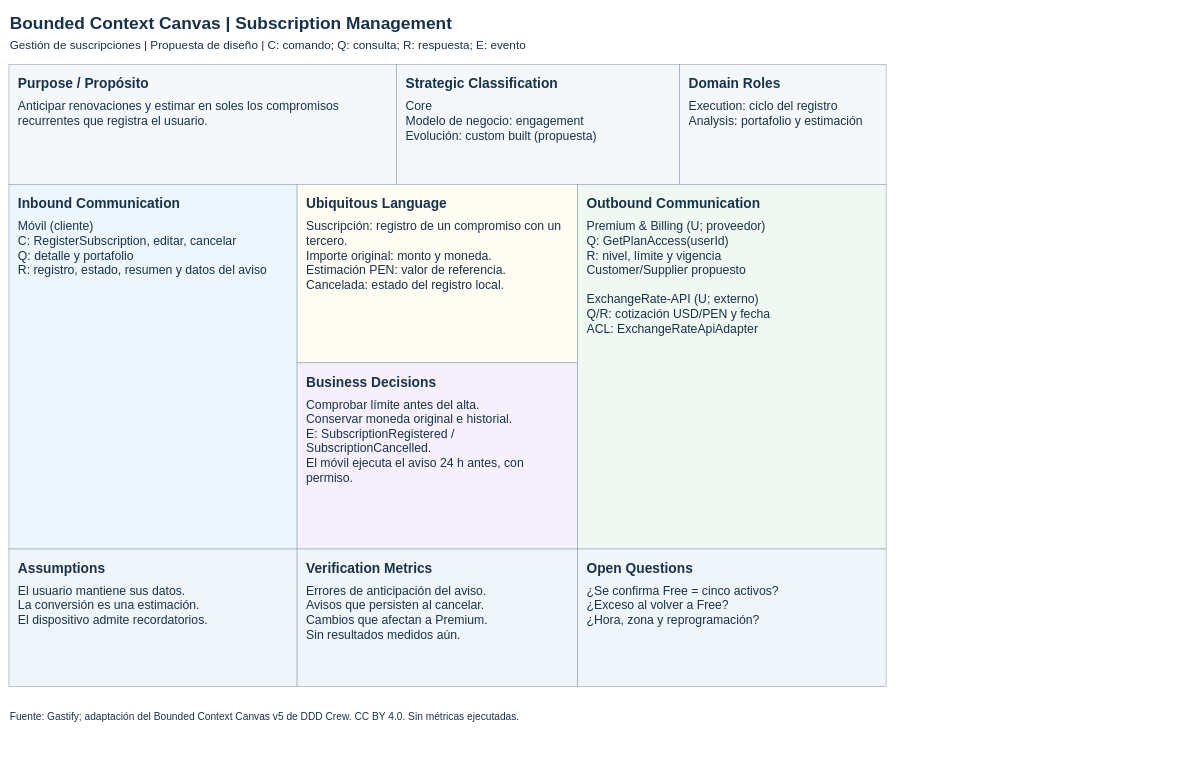
1ACC0238-2620-4950-Gastify-CraveWallet/CraveWallet-Report keeps this draw.io diagram as page "canvas-subscription" (5 of 10) of docs/diagrams/chapter_2/strategic-design.drawio. Above is the earlier version. Source tidied: cells renumbered, new cells numbered last; positions are measured from the earlier drawing's top-left corner, leaving out a move shared by most shapes. Both pictures are drawn from the tidied source at 51%, with x=0, y=0 at pixel (9, 9).
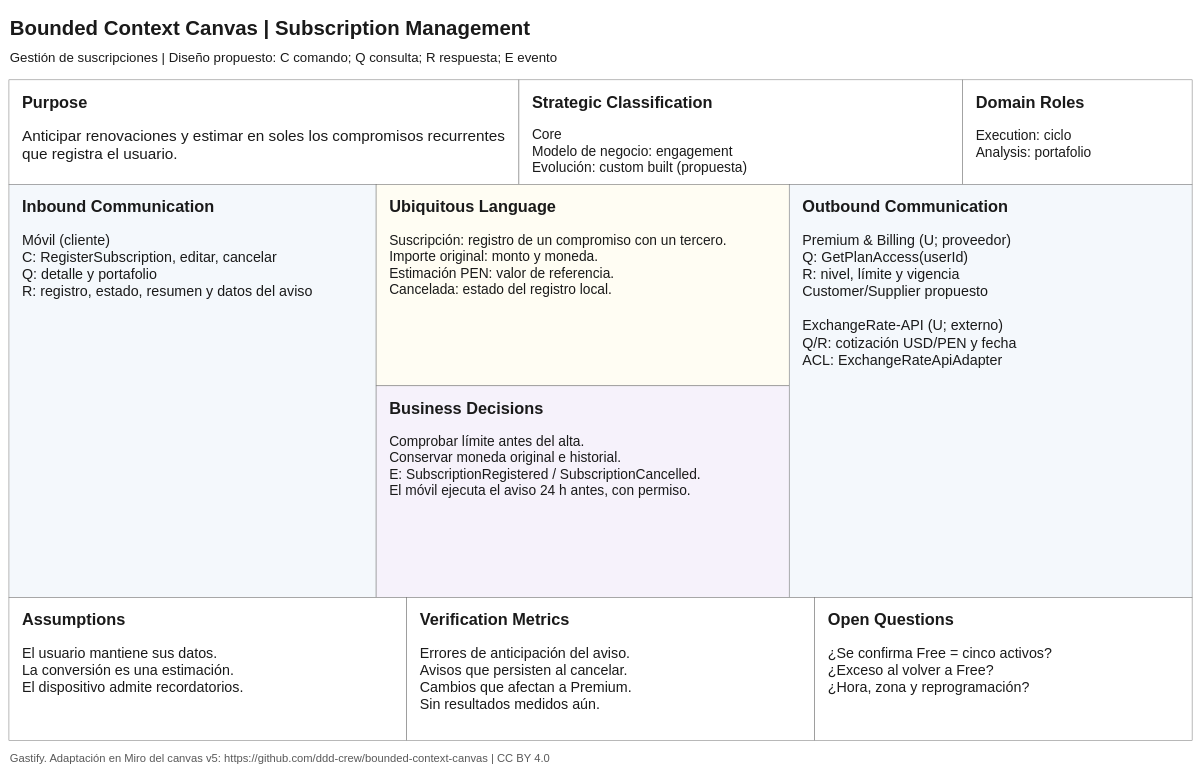
The same page after the edit.

The edit, as a diff of the source:
```diff
@@
-    <mxCell id="2" value="Bounded Context Canvas | Subscription Management" style="text;html=0;align=left;verticalAlign=top;whiteSpace=wrap;overflow=hidden;fontFamily=Arial;fontSize=34;fontStyle=1;fontColor=#18324a;" parent="1" vertex="1">
-      <mxGeometry width="1720" height="49" as="geometry" />
+    <mxCell id="2" style="rounded=0;fillColor=#ffffff;strokeColor=#757575;dashed=0;" parent="1" vertex="1">
+      <mxGeometry y="139" width="1000" height="205" as="geometry" />
     </mxCell>
-    <mxCell id="3" value="Gestión de suscripciones | Propuesta de diseño | C: comando; Q: consulta; R: respuesta; E: evento" style="text;html=0;align=left;verticalAlign=top;whiteSpace=wrap;overflow=hidden;fontFamily=Arial;fontSize=23;fontStyle=0;fontColor=#18324a;" parent="1" vertex="1">
-      <mxGeometry y="52" width="1720" height="38" as="geometry" />
+    <mxCell id="3" style="rounded=0;fillColor=#ffffff;strokeColor=#757575;dashed=0;" parent="1" vertex="1">
+      <mxGeometry x="1000" y="139" width="870" height="205" as="geometry" />
     </mxCell>
-    <mxCell id="4" style="rounded=0;fillColor=#f5f8fb;strokeColor=#8196a8;dashed=0;" parent="1" vertex="1">
-      <mxGeometry y="109" width="760" height="235" as="geometry" />
+    <mxCell id="4" style="rounded=0;fillColor=#ffffff;strokeColor=#757575;dashed=0;" parent="1" vertex="1">
+      <mxGeometry x="1870" y="139" width="450" height="205" as="geometry" />
     </mxCell>
-    <mxCell id="5" value="Purpose / Propósito" style="text;html=0;align=left;verticalAlign=top;whiteSpace=wrap;overflow=hidden;fontFamily=Arial;fontSize=27;fontStyle=1;fontColor=#18324a;" parent="1" vertex="1">
-      <mxGeometry x="16" y="124" width="728" height="42" as="geometry" />
+    <mxCell id="5" style="rounded=0;fillColor=#f4f8fc;strokeColor=#757575;dashed=0;" parent="1" vertex="1">
+      <mxGeometry y="344" width="720" height="810" as="geometry" />
     </mxCell>
-    <mxCell id="6" value="Anticipar renovaciones y estimar en soles los compromisos&#10;recurrentes que registra el usuario." style="text;html=0;align=left;verticalAlign=top;whiteSpace=wrap;overflow=hidden;fontFamily=Arial;fontSize=24;fontStyle=0;fontColor=#18324a;" parent="1" vertex="1">
-      <mxGeometry x="16" y="170" width="728" height="70" as="geometry" />
+    <mxCell id="6" style="rounded=0;fillColor=#fffdf3;strokeColor=#757575;dashed=0;" parent="1" vertex="1">
+      <mxGeometry x="720" y="344" width="810" height="395" as="geometry" />
     </mxCell>
-    <mxCell id="7" style="rounded=0;fillColor=#f5f8fb;strokeColor=#8196a8;dashed=0;" parent="1" vertex="1">
-      <mxGeometry x="760" y="109" width="555" height="235" as="geometry" />
+    <mxCell id="7" style="rounded=0;fillColor=#f6f2fb;strokeColor=#757575;dashed=0;" parent="1" vertex="1">
+      <mxGeometry x="720" y="739" width="810" height="415" as="geometry" />
     </mxCell>
-    <mxCell id="8" value="Strategic Classification" style="text;html=0;align=left;verticalAlign=top;whiteSpace=wrap;overflow=hidden;fontFamily=Arial;fontSize=27;fontStyle=1;fontColor=#18324a;" parent="1" vertex="1">
-      <mxGeometry x="776" y="124" width="523" height="42" as="geometry" />
+    <mxCell id="8" style="rounded=0;fillColor=#f4f8fc;strokeColor=#757575;dashed=0;" parent="1" vertex="1">
+      <mxGeometry x="1530" y="344" width="790" height="810" as="geometry" />
     </mxCell>
-    <mxCell id="9" value="Core&#10;Modelo de negocio: engagement&#10;Evolución: custom built (propuesta)" style="text;html=0;align=left;verticalAlign=top;whiteSpace=wrap;overflow=hidden;fontFamily=Arial;fontSize=24;fontStyle=0;fontColor=#18324a;" parent="1" vertex="1">
-      <mxGeometry x="776" y="170" width="523" height="101" as="geometry" />
+    <mxCell id="9" style="rounded=0;fillColor=#ffffff;strokeColor=#757575;dashed=0;" parent="1" vertex="1">
+      <mxGeometry y="1154" width="780" height="280" as="geometry" />
     </mxCell>
-    <mxCell id="10" style="rounded=0;fillColor=#f5f8fb;strokeColor=#8196a8;dashed=0;" parent="1" vertex="1">
-      <mxGeometry x="1315" y="109" width="405" height="235" as="geometry" />
+    <mxCell id="10" style="rounded=0;fillColor=#ffffff;strokeColor=#757575;dashed=0;" parent="1" vertex="1">
+      <mxGeometry x="780" y="1154" width="800" height="280" as="geometry" />
     </mxCell>
-    <mxCell id="11" value="Domain Roles" style="text;html=0;align=left;verticalAlign=top;whiteSpace=wrap;overflow=hidden;fontFamily=Arial;fontSize=27;fontStyle=1;fontColor=#18324a;" parent="1" vertex="1">
-      <mxGeometry x="1331" y="124" width="373" height="42" as="geometry" />
+    <mxCell id="11" style="rounded=0;fillColor=#ffffff;strokeColor=#757575;dashed=0;" parent="1" vertex="1">
+      <mxGeometry x="1580" y="1154" width="740" height="280" as="geometry" />
     </mxCell>
-    <mxCell id="12" value="Execution: ciclo del registro&#10;Analysis: portafolio y estimación" style="text;html=0;align=left;verticalAlign=top;whiteSpace=wrap;overflow=hidden;fontFamily=Arial;fontSize=24;fontStyle=0;fontColor=#18324a;" parent="1" vertex="1">
-      <mxGeometry x="1331" y="170" width="373" height="70" as="geometry" />
+    <mxCell id="12" value="Bounded Context Canvas | Subscription Management" style="text;html=0;align=left;verticalAlign=top;whiteSpace=wrap;fontFamily=Arial;fontSize=40.0;fontStyle=1;fontColor=#1a1a1a;" parent="1" vertex="1">
+      <mxGeometry y="5.5" width="2320" height="46" as="geometry" />
     </mxCell>
-    <mxCell id="13" style="rounded=0;fillColor=#edf6fd;strokeColor=#8196a8;dashed=0;" parent="1" vertex="1">
-      <mxGeometry y="344" width="565" height="715" as="geometry" />
+    <mxCell id="13" value="Gestión de suscripciones | Diseño propuesto: C comando; Q consulta; R respuesta; E evento" style="text;html=0;align=left;verticalAlign=top;whiteSpace=wrap;fontFamily=Arial;fontSize=26.0;fontStyle=0;fontColor=#1a1a1a;" parent="1" vertex="1">
+      <mxGeometry y="73.5" width="2320" height="30" as="geometry" />
     </mxCell>
-    <mxCell id="14" value="Inbound Communication" style="text;html=0;align=left;verticalAlign=top;whiteSpace=wrap;overflow=hidden;fontFamily=Arial;fontSize=27;fontStyle=1;fontColor=#18324a;" parent="1" vertex="1">
-      <mxGeometry x="16" y="359" width="533" height="42" as="geometry" />
+    <mxCell id="14" value="Gastify. Adaptación en Miro del canvas v5: https://github.com/ddd-crew/bounded-context-canvas | CC BY 4.0" style="text;html=0;align=left;verticalAlign=top;whiteSpace=wrap;fontFamily=Arial;fontSize=22.0;fontStyle=0;fontColor=#595959;" parent="1" vertex="1">
+      <mxGeometry y="1449.5" width="2320" height="25.3" as="geometry" />
     </mxCell>
-    <mxCell id="15" value="Móvil (cliente)&#10;C: RegisterSubscription, editar, cancelar&#10;Q: detalle y portafolio&#10;R: registro, estado, resumen y datos del aviso" style="text;html=0;align=left;verticalAlign=top;whiteSpace=wrap;overflow=hidden;fontFamily=Arial;fontSize=24;fontStyle=0;fontColor=#18324a;" parent="1" vertex="1">
-      <mxGeometry x="16" y="405" width="533" height="132" as="geometry" />
+    <mxCell id="15" value="Purpose" style="text;html=0;align=left;verticalAlign=top;whiteSpace=wrap;fontFamily=Arial;fontSize=32.0;fontStyle=1;fontColor=#1a1a1a;" parent="1" vertex="1">
+      <mxGeometry x="24" y="156.5" width="952" height="37" as="geometry" />
     </mxCell>
-    <mxCell id="16" style="rounded=0;fillColor=#fffdf3;strokeColor=#8196a8;dashed=0;" parent="1" vertex="1">
-      <mxGeometry x="565" y="344" width="550" height="350" as="geometry" />
+    <mxCell id="16" value="Anticipar renovaciones y estimar en soles los compromisos recurrentes que registra el usuario." style="text;html=0;align=left;verticalAlign=top;whiteSpace=wrap;fontFamily=Arial;fontSize=30.0;fontStyle=0;fontColor=#1a1a1a;" parent="1" vertex="1">
+      <mxGeometry x="24" y="224" width="952" height="69" as="geometry" />
     </mxCell>
-    <mxCell id="17" value="Ubiquitous Language" style="text;html=0;align=left;verticalAlign=top;whiteSpace=wrap;overflow=hidden;fontFamily=Arial;fontSize=27;fontStyle=1;fontColor=#18324a;" parent="1" vertex="1">
-      <mxGeometry x="581" y="359" width="518" height="42" as="geometry" />
+    <mxCell id="17" value="Strategic Classification" style="text;html=0;align=left;verticalAlign=top;whiteSpace=wrap;fontFamily=Arial;fontSize=32.0;fontStyle=1;fontColor=#1a1a1a;" parent="1" vertex="1">
+      <mxGeometry x="1024" y="156.5" width="822" height="37" as="geometry" />
     </mxCell>
-    <mxCell id="18" value="Suscripción: registro de un compromiso con un&#10;tercero.&#10;Importe original: monto y moneda.&#10;Estimación PEN: valor de referencia.&#10;Cancelada: estado del registro local." style="text;html=0;align=left;verticalAlign=top;whiteSpace=wrap;overflow=hidden;fontFamily=Arial;fontSize=24;fontStyle=0;fontColor=#18324a;" parent="1" vertex="1">
-      <mxGeometry x="581" y="405" width="518" height="163" as="geometry" />
+    <mxCell id="18" value="Core&#10;Modelo de negocio: engagement&#10;Evolución: custom built (propuesta)" style="text;html=0;align=left;verticalAlign=top;whiteSpace=wrap;fontFamily=Arial;fontSize=27.0;fontStyle=0;fontColor=#1a1a1a;" parent="1" vertex="1">
+      <mxGeometry x="1024" y="224" width="822" height="93.1" as="geometry" />
     </mxCell>
-    <mxCell id="19" style="rounded=0;fillColor=#f5f0fc;strokeColor=#8196a8;dashed=0;" parent="1" vertex="1">
-      <mxGeometry x="565" y="694" width="550" height="365" as="geometry" />
+    <mxCell id="19" value="Domain Roles" style="text;html=0;align=left;verticalAlign=top;whiteSpace=wrap;fontFamily=Arial;fontSize=32.0;fontStyle=1;fontColor=#1a1a1a;" parent="1" vertex="1">
+      <mxGeometry x="1894" y="156.5" width="402" height="37" as="geometry" />
     </mxCell>
-    <mxCell id="20" value="Business Decisions" style="text;html=0;align=left;verticalAlign=top;whiteSpace=wrap;overflow=hidden;fontFamily=Arial;fontSize=27;fontStyle=1;fontColor=#18324a;" parent="1" vertex="1">
-      <mxGeometry x="581" y="709" width="518" height="42" as="geometry" />
+    <mxCell id="20" value="Execution: ciclo&#10;Analysis: portafolio" style="text;html=0;align=left;verticalAlign=top;whiteSpace=wrap;fontFamily=Arial;fontSize=27.0;fontStyle=0;fontColor=#1a1a1a;" parent="1" vertex="1">
+      <mxGeometry x="1894" y="225.5" width="402" height="62.1" as="geometry" />
     </mxCell>
-    <mxCell id="21" value="Comprobar límite antes del alta.&#10;Conservar moneda original e historial.&#10;E: SubscriptionRegistered /&#10;SubscriptionCancelled.&#10;El móvil ejecuta el aviso 24 h antes, con&#10;permiso." style="text;html=0;align=left;verticalAlign=top;whiteSpace=wrap;overflow=hidden;fontFamily=Arial;fontSize=24;fontStyle=0;fontColor=#18324a;" parent="1" vertex="1">
-      <mxGeometry x="581" y="755" width="518" height="194" as="geometry" />
+    <mxCell id="21" value="Inbound Communication" style="text;html=0;align=left;verticalAlign=top;whiteSpace=wrap;fontFamily=Arial;fontSize=32.0;fontStyle=1;fontColor=#1a1a1a;" parent="1" vertex="1">
+      <mxGeometry x="24" y="361.5" width="672" height="37" as="geometry" />
     </mxCell>
-    <mxCell id="22" style="rounded=0;fillColor=#f0f8f2;strokeColor=#8196a8;dashed=0;" parent="1" vertex="1">
-      <mxGeometry x="1115" y="344" width="605" height="715" as="geometry" />
+    <mxCell id="22" value="Móvil (cliente)&#10;C: RegisterSubscription, editar, cancelar&#10;Q: detalle y portafolio&#10;R: registro, estado, resumen y datos del aviso" style="text;html=0;align=left;verticalAlign=top;whiteSpace=wrap;fontFamily=Arial;fontSize=28.0;fontStyle=0;fontColor=#1a1a1a;" parent="1" vertex="1">
+      <mxGeometry x="24" y="430" width="672" height="160" as="geometry" />
     </mxCell>
-    <mxCell id="23" value="Outbound Communication" style="text;html=0;align=left;verticalAlign=top;whiteSpace=wrap;overflow=hidden;fontFamily=Arial;fontSize=27;fontStyle=1;fontColor=#18324a;" parent="1" vertex="1">
-      <mxGeometry x="1131" y="359" width="573" height="42" as="geometry" />
+    <mxCell id="23" value="Ubiquitous Language" style="text;html=0;align=left;verticalAlign=top;whiteSpace=wrap;fontFamily=Arial;fontSize=32.0;fontStyle=1;fontColor=#1a1a1a;" parent="1" vertex="1">
+      <mxGeometry x="744" y="361.5" width="762" height="37" as="geometry" />
     </mxCell>
-    <mxCell id="24" value="Premium &amp; Billing (U; proveedor)&#10;Q: GetPlanAccess(userId)&#10;R: nivel, límite y vigencia&#10;Customer/Supplier propuesto&#10;&#10;ExchangeRate-API (U; externo)&#10;Q/R: cotización USD/PEN y fecha&#10;ACL: ExchangeRateApiAdapter" style="text;html=0;align=left;verticalAlign=top;whiteSpace=wrap;overflow=hidden;fontFamily=Arial;fontSize=24;fontStyle=0;fontColor=#18324a;" parent="1" vertex="1">
-      <mxGeometry x="1131" y="405" width="573" height="256" as="geometry" />
+    <mxCell id="24" value="Suscripción: registro de un compromiso con un tercero.&#10;Importe original: monto y moneda.&#10;Estimación PEN: valor de referencia.&#10;Cancelada: estado del registro local." style="text;html=0;align=left;verticalAlign=top;whiteSpace=wrap;fontFamily=Arial;fontSize=27.0;fontStyle=0;fontColor=#1a1a1a;" parent="1" vertex="1">
+      <mxGeometry x="744" y="430.5" width="762" height="154" as="geometry" />
     </mxCell>
-    <mxCell id="25" style="rounded=0;fillColor=#f0f5fa;strokeColor=#8196a8;dashed=0;" parent="1" vertex="1">
-      <mxGeometry y="1059" width="565" height="270" as="geometry" />
+    <mxCell id="25" value="Business Decisions" style="text;html=0;align=left;verticalAlign=top;whiteSpace=wrap;fontFamily=Arial;fontSize=32.0;fontStyle=1;fontColor=#1a1a1a;" parent="1" vertex="1">
+      <mxGeometry x="744" y="756.5" width="762" height="37" as="geometry" />
     </mxCell>
-    <mxCell id="26" value="Assumptions" style="text;html=0;align=left;verticalAlign=top;whiteSpace=wrap;overflow=hidden;fontFamily=Arial;fontSize=27;fontStyle=1;fontColor=#18324a;" parent="1" vertex="1">
-      <mxGeometry x="16" y="1074" width="533" height="42" as="geometry" />
+    <mxCell id="26" value="Comprobar límite antes del alta.&#10;Conservar moneda original e historial.&#10;E: SubscriptionRegistered / SubscriptionCancelled.&#10;El móvil ejecuta el aviso 24 h antes, con permiso." style="text;html=0;align=left;verticalAlign=top;whiteSpace=wrap;fontFamily=Arial;fontSize=27.0;fontStyle=0;fontColor=#1a1a1a;" parent="1" vertex="1">
+      <mxGeometry x="744" y="824.5" width="762" height="154" as="geometry" />
     </mxCell>
-    <mxCell id="27" value="El usuario mantiene sus datos.&#10;La conversión es una estimación.&#10;El dispositivo admite recordatorios." style="text;html=0;align=left;verticalAlign=top;whiteSpace=wrap;overflow=hidden;fontFamily=Arial;fontSize=24;fontStyle=0;fontColor=#18324a;" parent="1" vertex="1">
-      <mxGeometry x="16" y="1120" width="533" height="101" as="geometry" />
+    <mxCell id="27" value="Outbound Communication" style="text;html=0;align=left;verticalAlign=top;whiteSpace=wrap;fontFamily=Arial;fontSize=32.0;fontStyle=1;fontColor=#1a1a1a;" parent="1" vertex="1">
+      <mxGeometry x="1554" y="361.5" width="742" height="37" as="geometry" />
     </mxCell>
-    <mxCell id="28" style="rounded=0;fillColor=#f0f5fa;strokeColor=#8196a8;dashed=0;" parent="1" vertex="1">
-      <mxGeometry x="565" y="1059" width="550" height="270" as="geometry" />
+    <mxCell id="28" value="Premium &amp; Billing (U; proveedor)&#10;Q: GetPlanAccess(userId)&#10;R: nivel, límite y vigencia&#10;Customer/Supplier propuesto&#10; &#10;ExchangeRate-API (U; externo)&#10;Q/R: cotización USD/PEN y fecha&#10;ACL: ExchangeRateApiAdapter" style="text;html=0;align=left;verticalAlign=top;whiteSpace=wrap;fontFamily=Arial;fontSize=28.0;fontStyle=0;fontColor=#1a1a1a;" parent="1" vertex="1">
+      <mxGeometry x="1554" y="430" width="742" height="257.6" as="geometry" />
     </mxCell>
-    <mxCell id="29" value="Verification Metrics" style="text;html=0;align=left;verticalAlign=top;whiteSpace=wrap;overflow=hidden;fontFamily=Arial;fontSize=27;fontStyle=1;fontColor=#18324a;" parent="1" vertex="1">
-      <mxGeometry x="581" y="1074" width="518" height="42" as="geometry" />
+    <mxCell id="29" value="Assumptions" style="text;html=0;align=left;verticalAlign=top;whiteSpace=wrap;fontFamily=Arial;fontSize=32.0;fontStyle=1;fontColor=#1a1a1a;" parent="1" vertex="1">
+      <mxGeometry x="24" y="1171.5" width="732" height="37" as="geometry" />
     </mxCell>
-    <mxCell id="30" value="Errores de anticipación del aviso.&#10;Avisos que persisten al cancelar.&#10;Cambios que afectan a Premium.&#10;Sin resultados medidos aún." style="text;html=0;align=left;verticalAlign=top;whiteSpace=wrap;overflow=hidden;fontFamily=Arial;fontSize=24;fontStyle=0;fontColor=#18324a;" parent="1" vertex="1">
-      <mxGeometry x="581" y="1120" width="518" height="132" as="geometry" />
+    <mxCell id="30" value="El usuario mantiene sus datos.&#10;La conversión es una estimación.&#10;El dispositivo admite recordatorios." style="text;html=0;align=left;verticalAlign=top;whiteSpace=wrap;fontFamily=Arial;fontSize=28.0;fontStyle=0;fontColor=#1a1a1a;" parent="1" vertex="1">
+      <mxGeometry x="24" y="1240" width="732" height="96.6" as="geometry" />
     </mxCell>
-    <mxCell id="31" style="rounded=0;fillColor=#f0f5fa;strokeColor=#8196a8;dashed=0;" parent="1" vertex="1">
-      <mxGeometry x="1115" y="1059" width="605" height="270" as="geometry" />
+    <mxCell id="31" value="Verification Metrics" style="text;html=0;align=left;verticalAlign=top;whiteSpace=wrap;fontFamily=Arial;fontSize=32.0;fontStyle=1;fontColor=#1a1a1a;" parent="1" vertex="1">
+      <mxGeometry x="804" y="1171.5" width="752" height="37" as="geometry" />
     </mxCell>
-    <mxCell id="32" value="Open Questions" style="text;html=0;align=left;verticalAlign=top;whiteSpace=wrap;overflow=hidden;fontFamily=Arial;fontSize=27;fontStyle=1;fontColor=#18324a;" parent="1" vertex="1">
-      <mxGeometry x="1131" y="1074" width="573" height="42" as="geometry" />
+    <mxCell id="32" value="Errores de anticipación del aviso.&#10;Avisos que persisten al cancelar.&#10;Cambios que afectan a Premium.&#10;Sin resultados medidos aún." style="text;html=0;align=left;verticalAlign=top;whiteSpace=wrap;fontFamily=Arial;fontSize=28.0;fontStyle=0;fontColor=#1a1a1a;" parent="1" vertex="1">
+      <mxGeometry x="804" y="1240" width="752" height="128.8" as="geometry" />
     </mxCell>
-    <mxCell id="33" value="¿Se confirma Free = cinco activos?&#10;¿Exceso al volver a Free?&#10;¿Hora, zona y reprogramación?" style="text;html=0;align=left;verticalAlign=top;whiteSpace=wrap;overflow=hidden;fontFamily=Arial;fontSize=24;fontStyle=0;fontColor=#18324a;" parent="1" vertex="1">
-      <mxGeometry x="1131" y="1120" width="573" height="101" as="geometry" />
+    <mxCell id="33" value="Open Questions" style="text;html=0;align=left;verticalAlign=top;whiteSpace=wrap;fontFamily=Arial;fontSize=32.0;fontStyle=1;fontColor=#1a1a1a;" parent="1" vertex="1">
+      <mxGeometry x="1604" y="1171.5" width="692" height="37" as="geometry" />
     </mxCell>
-    <mxCell id="34" value="Fuente: Gastify; adaptación del Bounded Context Canvas v5 de DDD Crew. CC BY 4.0. Sin métricas ejecutadas." style="text;html=0;align=left;verticalAlign=top;whiteSpace=wrap;overflow=hidden;fontFamily=Arial;fontSize=20;fontStyle=0;fontColor=#18324a;" parent="1" vertex="1">
-      <mxGeometry y="1368" width="1720" height="35" as="geometry" />
+    <mxCell id="34" value="¿Se confirma Free = cinco activos?&#10;¿Exceso al volver a Free?&#10;¿Hora, zona y reprogramación?" style="text;html=0;align=left;verticalAlign=top;whiteSpace=wrap;fontFamily=Arial;fontSize=28.0;fontStyle=0;fontColor=#1a1a1a;" parent="1" vertex="1">
+      <mxGeometry x="1604" y="1240" width="692" height="96.6" as="geometry" />
     </mxCell>
```
